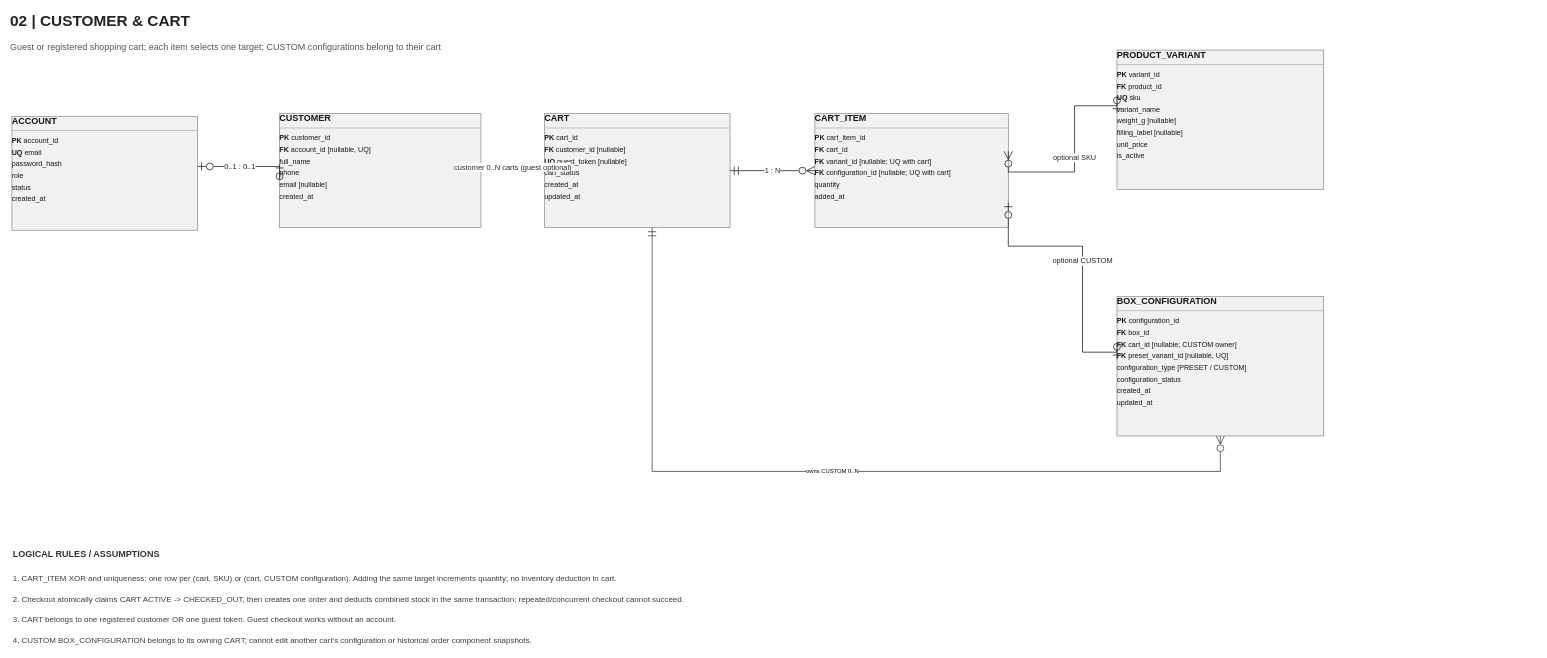
Above: page "02 - CUSTOMER & CART (V5 FINAL MVP)" (2 of 5) of docs/MoonCake_Logical_V5 (1).drawio in YingKai0621/MoonCake_HSF302_Project (draw.io), before the change. Source tidied: cells renumbered, new cells numbered last; positions are measured from the earlier drawing's top-left corner, leaving out a move shared by most shapes. Both pictures are drawn from the tidied source at 53%, with x=0, y=0 at pixel (9, 9).
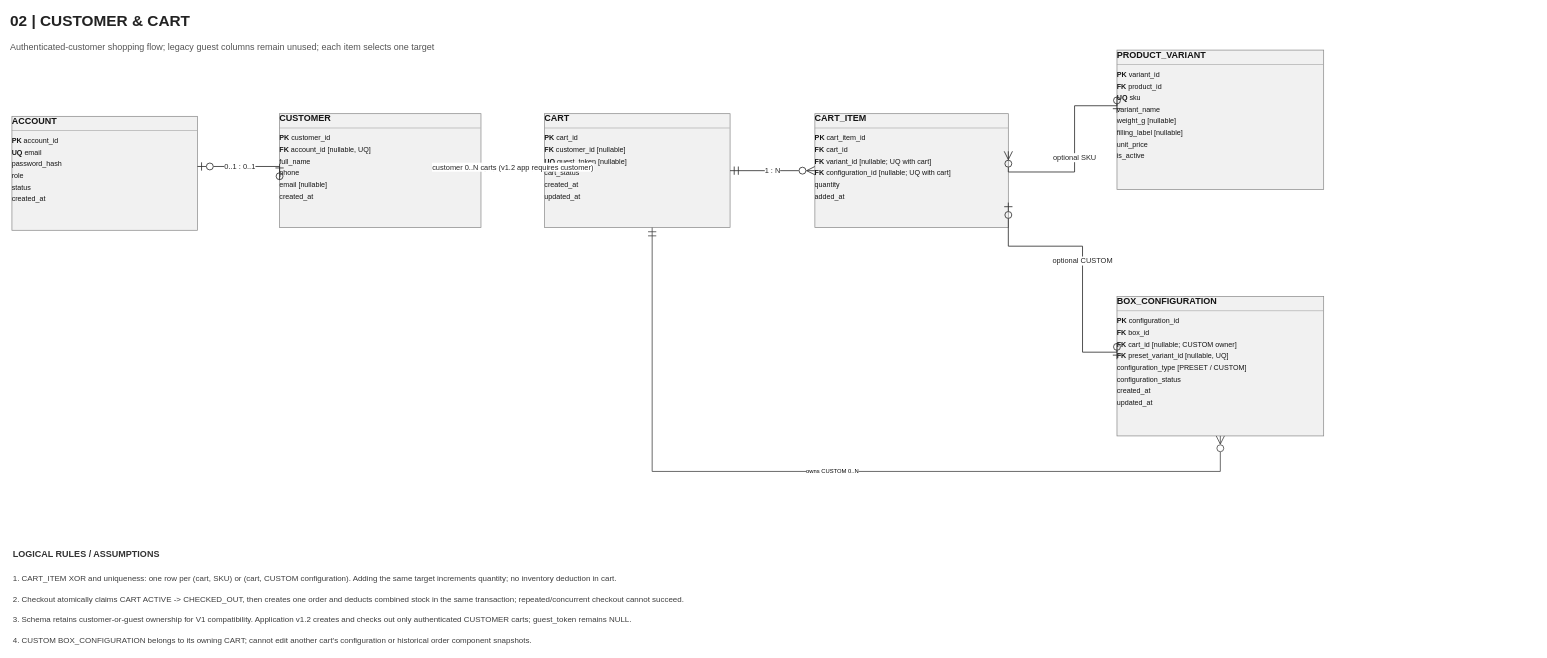
The same diagram, later.

Unchanged cells that the change refers to:
```xml
<mxCell id="5" value="&lt;div style=&quot;font-family:Arial;font-size:17px;font-weight:bold;margin-bottom:8px;border-bottom:1px solid #999;padding-bottom:7px;&quot;&gt;CUSTOMER&lt;/div&gt;&lt;div style=&quot;font-family:Arial;font-size:13.5px;line-height:22px;white-space:nowrap;&quot;&gt;&lt;b&gt;PK&lt;/b&gt; customer_id&lt;/div&gt;&lt;div style=&quot;font-family:Arial;font-size:13.5px;line-height:22px;white-space:nowrap;&quot;&gt;&lt;b&gt;FK&lt;/b&gt; account_id [nullable, UQ]&lt;/div&gt;&lt;div style=&quot;font-family:Arial;font-size:13.5px;line-height:22px;white-space:nowrap;&quot;&gt;full_name&lt;/div&gt;&lt;div style=&quot;font-family:Arial;font-size:13.5px;line-height:22px;white-space:nowrap;&quot;&gt;phone&lt;/div&gt;&lt;div style=&quot;font-family:Arial;font-size:13.5px;line-height:22px;white-space:nowrap;&quot;&gt;email [nullable]&lt;/div&gt;&lt;div style=&quot;font-family:Arial;font-size:13.5px;line-height:22px;white-space:nowrap;&quot;&gt;created_at&lt;/div&gt;" style="rounded=0;whiteSpace=wrap;html=1;fillColor=#F1F1F1;strokeColor=#8A8A8A;strokeWidth=1.35;fontFamily=Arial;fontSize=15;fontColor=#151515;align=left;verticalAlign=top;spacingLeft=10;spacingRight=8;spacingTop=8;overflow=fill;" parent="1" vertex="1">
  <mxGeometry x="510" y="197" width="380" height="215" as="geometry" />
</mxCell>
<mxCell id="6" value="&lt;div style=&quot;font-family:Arial;font-size:17px;font-weight:bold;margin-bottom:8px;border-bottom:1px solid #999;padding-bottom:7px;&quot;&gt;CART&lt;/div&gt;&lt;div style=&quot;font-family:Arial;font-size:13.5px;line-height:22px;white-space:nowrap;&quot;&gt;&lt;b&gt;PK&lt;/b&gt; cart_id&lt;/div&gt;&lt;div style=&quot;font-family:Arial;font-size:13.5px;line-height:22px;white-space:nowrap;&quot;&gt;&lt;b&gt;FK&lt;/b&gt; customer_id [nullable]&lt;/div&gt;&lt;div style=&quot;font-family:Arial;font-size:13.5px;line-height:22px;white-space:nowrap;&quot;&gt;&lt;b&gt;UQ&lt;/b&gt; guest_token [nullable]&lt;/div&gt;&lt;div style=&quot;font-family:Arial;font-size:13.5px;line-height:22px;white-space:nowrap;&quot;&gt;cart_status&lt;/div&gt;&lt;div style=&quot;font-family:Arial;font-size:13.5px;line-height:22px;white-space:nowrap;&quot;&gt;created_at&lt;/div&gt;&lt;div style=&quot;font-family:Arial;font-size:13.5px;line-height:22px;white-space:nowrap;&quot;&gt;updated_at&lt;/div&gt;" style="rounded=0;whiteSpace=wrap;html=1;fillColor=#F1F1F1;strokeColor=#8A8A8A;strokeWidth=1.35;fontFamily=Arial;fontSize=15;fontColor=#151515;align=left;verticalAlign=top;spacingLeft=10;spacingRight=8;spacingTop=8;overflow=fill;" parent="1" vertex="1">
  <mxGeometry x="1010" y="197" width="350" height="215" as="geometry" />
</mxCell>
```

What changed in the source:
```diff
@@
-    <mxCell id="3" value="Guest or registered shopping cart; each item selects one target; CUSTOM configurations belong to their cart" style="text;html=1;align=left;verticalAlign=middle;whiteSpace=wrap;strokeColor=none;fillColor=none;fontFamily=Arial;fontColor=#555555;fontSize=17;" parent="1" vertex="1">
+    <mxCell id="3" value="Authenticated-customer shopping flow; legacy guest columns remain unused; each item selects one target" style="text;html=1;align=left;verticalAlign=middle;whiteSpace=wrap;strokeColor=none;fillColor=none;fontFamily=Arial;fontColor=#555555;fontSize=17;" parent="1" vertex="1">
       <mxGeometry y="55" width="2200" height="34" as="geometry" />
     </mxCell>
@@
-    <mxCell id="11" value="customer 0..N carts (guest optional)" style="edgeStyle=segmentEdgeStyle;rounded=0;jettySize=auto;html=1;strokeColor=#343434;strokeWidth=1.6;startArrow=ERzeroToOne;startFill=0;startSize=13;endArrow=ERzeroToMany;endFill=0;endSize=13;exitX=1;exitY=0.47;entryX=0;entryY=0.47;fontFamily=Arial;fontSize=14;fontColor=#272727;labelBackgroundColor=#FFFFFF;" parent="1" edge="1" source="5" target="6">
+    <mxCell id="11" value="customer 0..N carts (v1.2 app requires customer)" style="edgeStyle=segmentEdgeStyle;rounded=0;jettySize=auto;html=1;strokeColor=#343434;strokeWidth=1.6;startArrow=ERzeroToOne;startFill=0;startSize=13;endArrow=ERzeroToMany;endFill=0;endSize=13;exitX=1;exitY=0.47;entryX=0;entryY=0.47;fontFamily=Arial;fontSize=14;fontColor=#272727;labelBackgroundColor=#FFFFFF;" parent="1" edge="1" source="5" target="6">
       <mxGeometry relative="1" as="geometry" />
     </mxCell>
@@
-    <mxCell id="18" value="3. CART belongs to one registered customer OR one guest token. Guest checkout works without an account." style="text;html=1;align=left;verticalAlign=middle;whiteSpace=wrap;strokeColor=none;fillColor=none;fontFamily=Arial;fontColor=#3d3d3d;fontSize=15;" parent="1" vertex="1">
+    <mxCell id="18" value="3. Schema retains customer-or-guest ownership for V1 compatibility. Application v1.2 creates and checks out only authenticated CUSTOMER carts; guest_token remains NULL." style="text;html=1;align=left;verticalAlign=middle;whiteSpace=wrap;strokeColor=none;fillColor=none;fontFamily=Arial;fontColor=#3d3d3d;fontSize=15;" parent="1" vertex="1">
       <mxGeometry x="5" y="1133" width="2880" height="36" as="geometry" />
     </mxCell>
```
